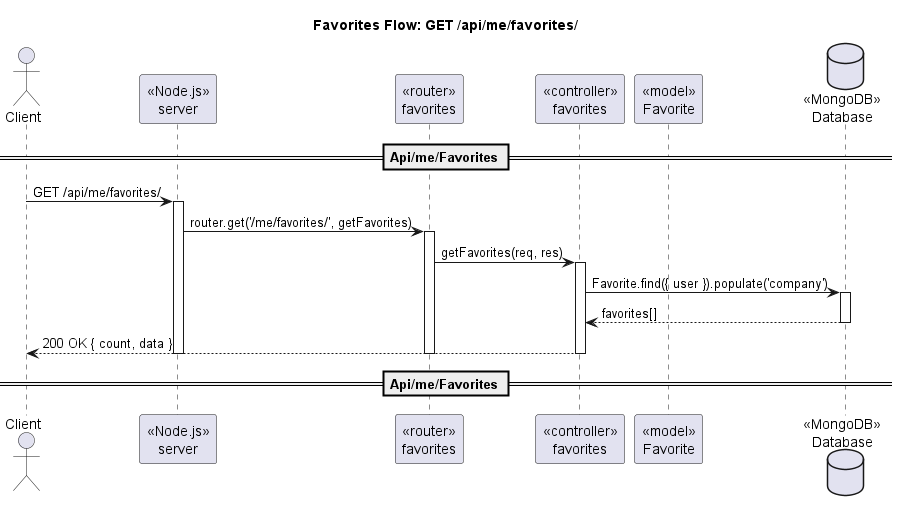
The PlantUML diagram out/docs/diagram/sequence/seq_me_favorites_get.png in 098ff/ArtmaybeDEV, before a commit. The source it was exported from:
```plantuml
@startuml
title Favorites Flow: GET /api/me/favorites/
actor Client
participant "«Node.js»\nserver" as Server
participant "«router»\nfavorites" as Router
participant "«controller»\nfavorites" as Ctrl
participant "«model»\nFavorite" as FavoriteModel
database "«MongoDB»\nDatabase" as DB

== Api/me/Favorites ==
Client -> Server : GET /api/me/favorites/
activate Server
Server -> Router : router.get('/me/favorites/', getFavorites)
activate Router
Router -> Ctrl : getFavorites(req, res)
activate Ctrl
Ctrl -> DB : Favorite.find({ user }).populate('company')
activate DB
DB --> Ctrl : favorites[]
deactivate DB
Ctrl --> Client : 200 OK { count, data }
deactivate Ctrl
deactivate Router
deactivate Server
== Api/me/Favorites ==
@enduml
```
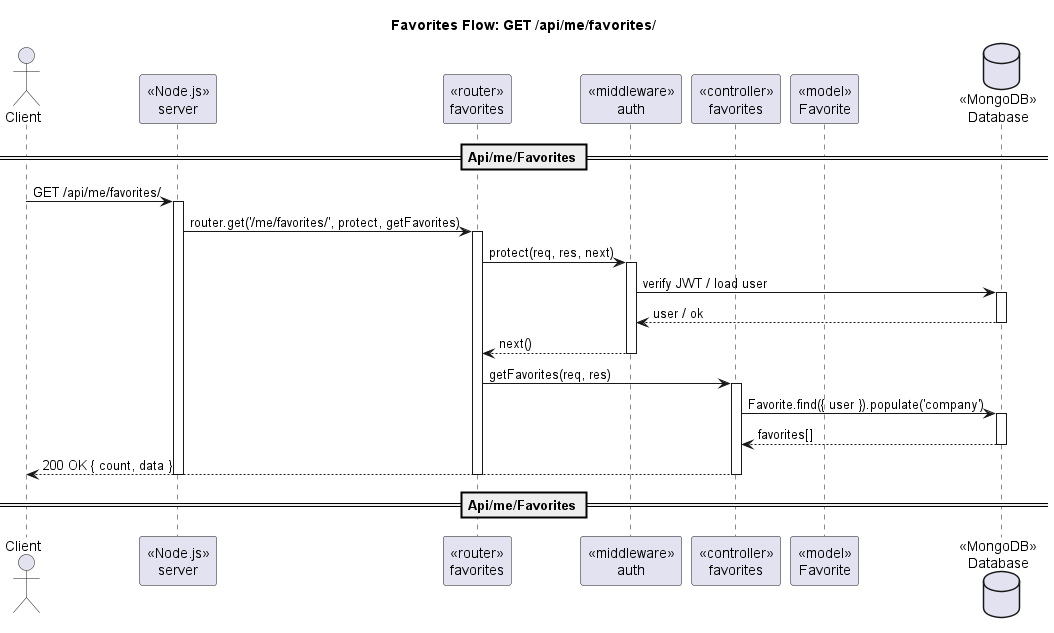
After the commit.

Diff of the diagram source:
```diff
@@ -3,6 +3,7 @@
 actor Client
 participant "«Node.js»\nserver" as Server
 participant "«router»\nfavorites" as Router
+participant "«middleware»\nauth" as AuthMW
 participant "«controller»\nfavorites" as Ctrl
 participant "«model»\nFavorite" as FavoriteModel
 database "«MongoDB»\nDatabase" as DB
@@ -10,8 +11,16 @@
 == Api/me/Favorites ==
 Client -> Server : GET /api/me/favorites/
 activate Server
-Server -> Router : router.get('/me/favorites/', getFavorites)
+Server -> Router : router.get('/me/favorites/', protect, getFavorites)
 activate Router
+Router -> AuthMW : protect(req, res, next)
+activate AuthMW
+AuthMW -> DB : verify JWT / load user
+activate DB
+DB --> AuthMW : user / ok
+deactivate DB
+AuthMW --> Router : next()
+deactivate AuthMW
 Router -> Ctrl : getFavorites(req, res)
 activate Ctrl
 Ctrl -> DB : Favorite.find({ user }).populate('company')
```
